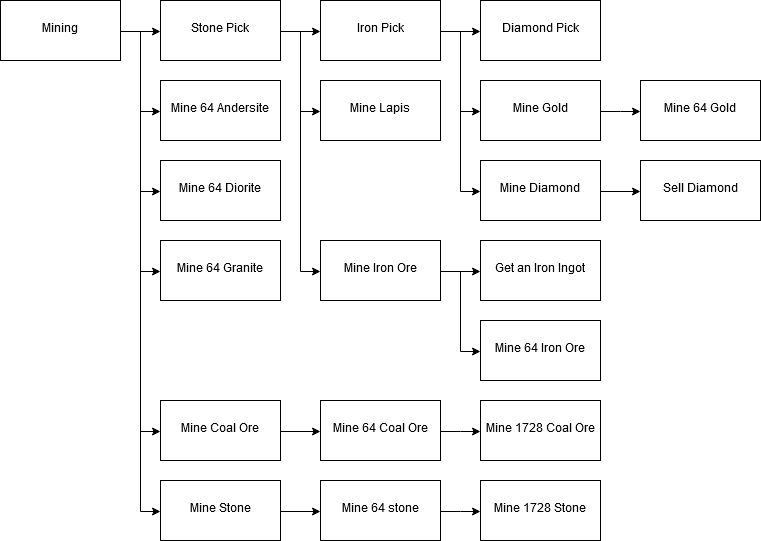
the-dwellers/Fyre keeps this draw.io diagram as docs/img/Advancements-Mining.png. Above is the earlier version. Source tidied: cells renumbered, new cells last; positions are measured from the earlier drawing's top-left corner, leaving out a move shared by most shapes.
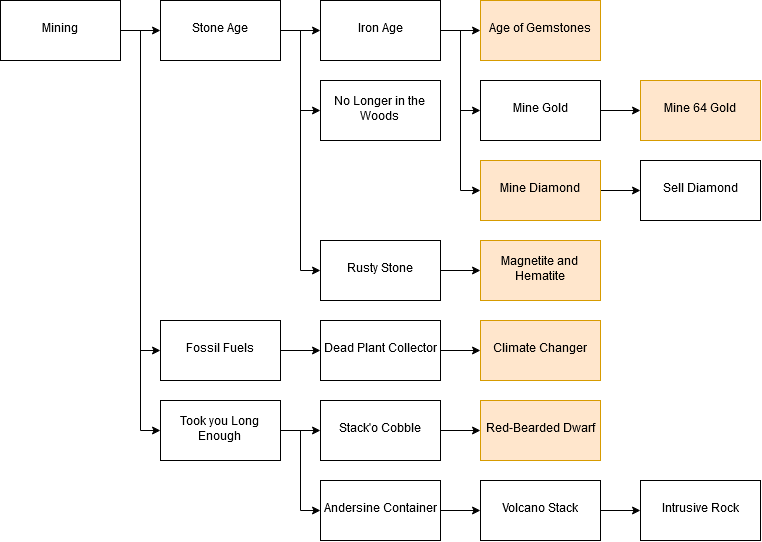
After the change.

The edit, as a diff of the source:
```diff
@@ -2,128 +2,122 @@
   <root>
     <mxCell id="0" />
     <mxCell id="1" parent="0" />
-    <mxCell id="2" style="edgeStyle=orthogonalEdgeStyle;rounded=0;jettySize=auto;html=1;exitX=1;exitY=0.5;exitDx=0;exitDy=0;" parent="1" edge="1" source="8" target="14">
+    <mxCell id="2" style="edgeStyle=orthogonalEdgeStyle;rounded=0;jettySize=auto;html=1;exitX=1;exitY=0.5;exitDx=0;exitDy=0;" parent="1" edge="1" source="5" target="12">
       <mxGeometry relative="1" as="geometry" />
     </mxCell>
-    <mxCell id="3" style="edgeStyle=orthogonalEdgeStyle;rounded=0;jettySize=auto;html=1;exitX=1;exitY=0.5;exitDx=0;exitDy=0;entryX=0;entryY=0.5;entryDx=0;entryDy=0;" parent="1" edge="1" source="8" target="10">
+    <mxCell id="3" style="edgeStyle=orthogonalEdgeStyle;rounded=0;jettySize=auto;html=1;exitX=1;exitY=0.5;exitDx=0;exitDy=0;entryX=0;entryY=0.5;entryDx=0;entryDy=0;" parent="1" edge="1" source="5" target="8">
       <mxGeometry relative="1" as="geometry" />
     </mxCell>
-    <mxCell id="4" style="edgeStyle=orthogonalEdgeStyle;rounded=0;jettySize=auto;html=1;exitX=1;exitY=0.5;exitDx=0;exitDy=0;entryX=0;entryY=0.5;entryDx=0;entryDy=0;" parent="1" edge="1" source="8" target="22">
+    <mxCell id="4" style="edgeStyle=orthogonalEdgeStyle;rounded=0;jettySize=auto;html=1;exitX=1;exitY=0.5;exitDx=0;exitDy=0;entryX=0;entryY=0.5;entryDx=0;entryDy=0;" parent="1" edge="1" source="5" target="26">
       <mxGeometry relative="1" as="geometry" />
     </mxCell>
-    <mxCell id="5" style="edgeStyle=orthogonalEdgeStyle;rounded=0;jettySize=auto;html=1;exitX=1;exitY=0.5;exitDx=0;exitDy=0;entryX=0;entryY=0.5;entryDx=0;entryDy=0;" parent="1" edge="1" source="8" target="23">
-      <mxGeometry relative="1" as="geometry" />
+    <mxCell id="5" value="Mining" style="rounded=0;whiteSpace=wrap;html=1;" parent="1" vertex="1">
+      <mxGeometry width="120" height="60" as="geometry" />
     </mxCell>
-    <mxCell id="6" style="edgeStyle=orthogonalEdgeStyle;rounded=0;jettySize=auto;html=1;exitX=1;exitY=0.5;exitDx=0;exitDy=0;entryX=0;entryY=0.5;entryDx=0;entryDy=0;" parent="1" edge="1" source="8" target="24">
+    <mxCell id="6" style="edgeStyle=orthogonalEdgeStyle;rounded=0;jettySize=auto;html=1;exitX=1;exitY=0.5;exitDx=0;exitDy=0;entryX=0;entryY=0.5;entryDx=0;entryDy=0;" parent="1" edge="1" source="8" target="19">
       <mxGeometry relative="1" as="geometry" />
     </mxCell>
-    <mxCell id="7" style="edgeStyle=orthogonalEdgeStyle;rounded=0;jettySize=auto;html=1;exitX=1;exitY=0.5;exitDx=0;exitDy=0;entryX=0;entryY=0.5;entryDx=0;entryDy=0;" parent="1" edge="1" source="8" target="26">
+    <mxCell id="7" style="edgeStyle=orthogonalEdgeStyle;rounded=0;jettySize=auto;html=1;exitX=1;exitY=0.5;exitDx=0;exitDy=0;entryX=0;entryY=0.5;entryDx=0;entryDy=0;" parent="1" edge="1" source="8" target="23">
       <mxGeometry relative="1" as="geometry" />
     </mxCell>
-    <mxCell id="8" value="Mining" style="rounded=0;whiteSpace=wrap;html=1;" parent="1" vertex="1">
-      <mxGeometry width="120" height="60" as="geometry" />
+    <mxCell id="8" value="Took you Long Enough" style="rounded=0;whiteSpace=wrap;html=1;" parent="1" vertex="1">
+      <mxGeometry x="160" y="400" width="120" height="60" as="geometry" />
     </mxCell>
-    <mxCell id="9" style="edgeStyle=orthogonalEdgeStyle;rounded=0;jettySize=auto;html=1;exitX=1;exitY=0.5;exitDx=0;exitDy=0;entryX=0;entryY=0.5;entryDx=0;entryDy=0;" parent="1" edge="1" source="10" target="21">
+    <mxCell id="9" style="edgeStyle=orthogonalEdgeStyle;rounded=0;jettySize=auto;html=1;exitX=1;exitY=0.5;exitDx=0;exitDy=0;" parent="1" edge="1" source="12" target="16">
       <mxGeometry relative="1" as="geometry" />
     </mxCell>
-    <mxCell id="10" value="Mine Stone" style="rounded=0;whiteSpace=wrap;html=1;" parent="1" vertex="1">
-      <mxGeometry x="160" y="480" width="120" height="60" as="geometry" />
+    <mxCell id="10" style="edgeStyle=orthogonalEdgeStyle;rounded=0;jettySize=auto;html=1;exitX=1;exitY=0.5;exitDx=0;exitDy=0;entryX=0;entryY=0.5;entryDx=0;entryDy=0;" parent="1" edge="1" source="12" target="31">
+      <mxGeometry relative="1" as="geometry" />
     </mxCell>
-    <mxCell id="11" style="edgeStyle=orthogonalEdgeStyle;rounded=0;jettySize=auto;html=1;exitX=1;exitY=0.5;exitDx=0;exitDy=0;" parent="1" edge="1" source="14" target="18">
+    <mxCell id="11" style="edgeStyle=orthogonalEdgeStyle;rounded=0;jettySize=auto;html=1;exitX=1;exitY=0.5;exitDx=0;exitDy=0;entryX=0;entryY=0.5;entryDx=0;entryDy=0;" parent="1" edge="1" source="12" target="33">
       <mxGeometry relative="1" as="geometry" />
     </mxCell>
-    <mxCell id="12" style="edgeStyle=orthogonalEdgeStyle;rounded=0;jettySize=auto;html=1;exitX=1;exitY=0.5;exitDx=0;exitDy=0;entryX=0;entryY=0.5;entryDx=0;entryDy=0;" parent="1" edge="1" source="14" target="32">
-      <mxGeometry relative="1" as="geometry" />
+    <mxCell id="12" value="Stone Age" style="rounded=0;whiteSpace=wrap;html=1;" parent="1" vertex="1">
+      <mxGeometry x="160" width="120" height="60" as="geometry" />
     </mxCell>
-    <mxCell id="13" style="edgeStyle=orthogonalEdgeStyle;rounded=0;jettySize=auto;html=1;exitX=1;exitY=0.5;exitDx=0;exitDy=0;entryX=0;entryY=0.5;entryDx=0;entryDy=0;" parent="1" edge="1" source="14" target="35">
+    <mxCell id="13" style="edgeStyle=orthogonalEdgeStyle;rounded=0;jettySize=auto;html=1;exitX=1;exitY=0.5;exitDx=0;exitDy=0;" parent="1" edge="1" source="16" target="17">
       <mxGeometry relative="1" as="geometry" />
     </mxCell>
-    <mxCell id="14" value="Stone Pick" style="rounded=0;whiteSpace=wrap;html=1;" parent="1" vertex="1">
-      <mxGeometry x="160" width="120" height="60" as="geometry" />
+    <mxCell id="14" style="edgeStyle=orthogonalEdgeStyle;rounded=0;jettySize=auto;html=1;exitX=1;exitY=0.5;exitDx=0;exitDy=0;entryX=0;entryY=0.5;entryDx=0;entryDy=0;" parent="1" edge="1" source="16" target="36">
+      <mxGeometry relative="1" as="geometry" />
     </mxCell>
-    <mxCell id="15" style="edgeStyle=orthogonalEdgeStyle;rounded=0;jettySize=auto;html=1;exitX=1;exitY=0.5;exitDx=0;exitDy=0;" parent="1" edge="1" source="18" target="19">
+    <mxCell id="15" style="edgeStyle=orthogonalEdgeStyle;rounded=0;jettySize=auto;html=1;exitX=1;exitY=0.5;exitDx=0;exitDy=0;entryX=0;entryY=0.5;entryDx=0;entryDy=0;" parent="1" edge="1" source="16" target="39">
       <mxGeometry relative="1" as="geometry" />
     </mxCell>
-    <mxCell id="16" style="edgeStyle=orthogonalEdgeStyle;rounded=0;jettySize=auto;html=1;exitX=1;exitY=0.5;exitDx=0;exitDy=0;entryX=0;entryY=0.5;entryDx=0;entryDy=0;" parent="1" edge="1" source="18" target="38">
-      <mxGeometry relative="1" as="geometry" />
+    <mxCell id="16" value="Iron Age" style="rounded=0;whiteSpace=wrap;html=1;" parent="1" vertex="1">
+      <mxGeometry x="320" width="120" height="60" as="geometry" />
     </mxCell>
-    <mxCell id="17" style="edgeStyle=orthogonalEdgeStyle;rounded=0;jettySize=auto;html=1;exitX=1;exitY=0.5;exitDx=0;exitDy=0;entryX=0;entryY=0.5;entryDx=0;entryDy=0;" parent="1" edge="1" source="18" target="41">
-      <mxGeometry relative="1" as="geometry" />
+    <mxCell id="17" value="Age of Gemstones" style="rounded=0;whiteSpace=wrap;html=1;fillColor=#ffe6cc;strokeColor=#d79b00;" parent="1" vertex="1">
+      <mxGeometry x="480" width="120" height="60" as="geometry" />
     </mxCell>
-    <mxCell id="18" value="Iron Pick" style="rounded=0;whiteSpace=wrap;html=1;" parent="1" vertex="1">
-      <mxGeometry x="320" width="120" height="60" as="geometry" />
+    <mxCell id="18" style="edgeStyle=orthogonalEdgeStyle;rounded=0;jettySize=auto;html=1;exitX=1;exitY=0.5;exitDx=0;exitDy=0;" parent="1" edge="1" source="19" target="34">
+      <mxGeometry relative="1" as="geometry" />
     </mxCell>
-    <mxCell id="19" value="Diamond Pick" style="rounded=0;whiteSpace=wrap;html=1;" parent="1" vertex="1">
-      <mxGeometry x="480" width="120" height="60" as="geometry" />
+    <mxCell id="19" value="Stack'o Cobble" style="rounded=0;whiteSpace=wrap;html=1;" parent="1" vertex="1">
+      <mxGeometry x="320" y="400" width="120" height="60" as="geometry" />
     </mxCell>
-    <mxCell id="20" style="edgeStyle=orthogonalEdgeStyle;rounded=0;jettySize=auto;html=1;exitX=1;exitY=0.5;exitDx=0;exitDy=0;" parent="1" edge="1" source="21" target="36">
+    <mxCell id="20" style="edgeStyle=orthogonalEdgeStyle;rounded=0;jettySize=auto;html=1;exitX=1;exitY=0.5;exitDx=0;exitDy=0;" parent="1" edge="1" source="21" target="24">
       <mxGeometry relative="1" as="geometry" />
     </mxCell>
-    <mxCell id="21" value="Mine 64 stone" style="rounded=0;whiteSpace=wrap;html=1;" parent="1" vertex="1">
-      <mxGeometry x="320" y="480" width="120" height="60" as="geometry" />
+    <mxCell id="21" value="Volcano Stack" style="rounded=0;whiteSpace=wrap;html=1;" parent="1" vertex="1">
+      <mxGeometry x="480" y="480" width="120" height="60" as="geometry" />
     </mxCell>
-    <mxCell id="22" value="Mine 64 Andersite" style="rounded=0;whiteSpace=wrap;html=1;" parent="1" vertex="1">
-      <mxGeometry x="160" y="80" width="120" height="60" as="geometry" />
+    <mxCell id="22" style="edgeStyle=orthogonalEdgeStyle;rounded=0;jettySize=auto;html=1;exitX=1;exitY=0.5;exitDx=0;exitDy=0;" parent="1" edge="1" source="23" target="21">
+      <mxGeometry relative="1" as="geometry" />
     </mxCell>
-    <mxCell id="23" value="Mine 64 Diorite" style="rounded=0;whiteSpace=wrap;html=1;" parent="1" vertex="1">
-      <mxGeometry x="160" y="160" width="120" height="60" as="geometry" />
+    <mxCell id="23" value="Andersine Container" style="rounded=0;whiteSpace=wrap;html=1;" parent="1" vertex="1">
+      <mxGeometry x="320" y="480" width="120" height="60" as="geometry" />
     </mxCell>
-    <mxCell id="24" value="Mine 64 Granite" style="rounded=0;whiteSpace=wrap;html=1;" parent="1" vertex="1">
-      <mxGeometry x="160" y="240" width="120" height="60" as="geometry" />
+    <mxCell id="24" value="Intrusive Rock" style="rounded=0;whiteSpace=wrap;html=1;" parent="1" vertex="1">
+      <mxGeometry x="640" y="480" width="120" height="60" as="geometry" />
     </mxCell>
     <mxCell id="25" style="edgeStyle=orthogonalEdgeStyle;rounded=0;jettySize=auto;html=1;exitX=1;exitY=0.5;exitDx=0;exitDy=0;entryX=0;entryY=0.5;entryDx=0;entryDy=0;" parent="1" edge="1" source="26" target="28">
       <mxGeometry relative="1" as="geometry" />
     </mxCell>
-    <mxCell id="26" value="Mine Coal Ore" style="rounded=0;whiteSpace=wrap;html=1;" parent="1" vertex="1">
-      <mxGeometry x="160" y="400" width="120" height="60" as="geometry" />
+    <mxCell id="26" value="Fossil Fuels" style="rounded=0;whiteSpace=wrap;html=1;" parent="1" vertex="1">
+      <mxGeometry x="160" y="320" width="120" height="60" as="geometry" />
     </mxCell>
     <mxCell id="27" style="edgeStyle=orthogonalEdgeStyle;rounded=0;jettySize=auto;html=1;exitX=1;exitY=0.5;exitDx=0;exitDy=0;" parent="1" edge="1" source="28" target="29">
       <mxGeometry relative="1" as="geometry" />
     </mxCell>
-    <mxCell id="28" value="Mine 64 Coal Ore" style="rounded=0;whiteSpace=wrap;html=1;" parent="1" vertex="1">
-      <mxGeometry x="320" y="400" width="120" height="60" as="geometry" />
+    <mxCell id="28" value="Dead Plant Collector" style="rounded=0;whiteSpace=wrap;html=1;" parent="1" vertex="1">
+      <mxGeometry x="320" y="320" width="120" height="60" as="geometry" />
     </mxCell>
-    <mxCell id="29" value="Mine 1728 Coal Ore" style="rounded=0;whiteSpace=wrap;html=1;" parent="1" vertex="1">
-      <mxGeometry x="480" y="400" width="120" height="60" as="geometry" />
+    <mxCell id="29" value="Climate Changer" style="rounded=0;whiteSpace=wrap;html=1;fillColor=#ffe6cc;strokeColor=#d79b00;" parent="1" vertex="1">
+      <mxGeometry x="480" y="320" width="120" height="60" as="geometry" />
     </mxCell>
-    <mxCell id="30" style="edgeStyle=orthogonalEdgeStyle;rounded=0;jettySize=auto;html=1;exitX=1;exitY=0.5;exitDx=0;exitDy=0;entryX=0;entryY=0.5;entryDx=0;entryDy=0;" parent="1" edge="1" source="32" target="33">
+    <mxCell id="30" style="edgeStyle=orthogonalEdgeStyle;rounded=0;jettySize=auto;html=1;exitX=1;exitY=0.5;exitDx=0;exitDy=0;entryX=0;entryY=0.5;entryDx=0;entryDy=0;" parent="1" edge="1" source="31" target="32">
       <mxGeometry relative="1" as="geometry" />
     </mxCell>
-    <mxCell id="31" style="edgeStyle=orthogonalEdgeStyle;rounded=0;jettySize=auto;html=1;exitX=1;exitY=0.5;exitDx=0;exitDy=0;entryX=0;entryY=0.5;entryDx=0;entryDy=0;" parent="1" edge="1" source="32" target="34">
-      <mxGeometry relative="1" as="geometry" />
+    <mxCell id="31" value="Rusty Stone" style="rounded=0;whiteSpace=wrap;html=1;" parent="1" vertex="1">
+      <mxGeometry x="320" y="240" width="120" height="60" as="geometry" />
     </mxCell>
-    <mxCell id="32" value="Mine Iron Ore" style="rounded=0;whiteSpace=wrap;html=1;" parent="1" vertex="1">
-      <mxGeometry x="320" y="240" width="120" height="60" as="geometry" />
+    <mxCell id="32" value="Magnetite and Hematite" style="rounded=0;whiteSpace=wrap;html=1;fillColor=#ffe6cc;strokeColor=#d79b00;" parent="1" vertex="1">
+      <mxGeometry x="480" y="240" width="120" height="60" as="geometry" />
     </mxCell>
-    <mxCell id="33" value="Get an Iron Ingot" style="rounded=0;whiteSpace=wrap;html=1;" parent="1" vertex="1">
-      <mxGeometry x="480" y="240" width="120" height="60" as="geometry" />
+    <mxCell id="33" value="No Longer in the Woods" style="rounded=0;whiteSpace=wrap;html=1;" parent="1" vertex="1">
+      <mxGeometry x="320" y="80" width="120" height="60" as="geometry" />
     </mxCell>
-    <mxCell id="34" value="Mine 64 Iron Ore" style="rounded=0;whiteSpace=wrap;html=1;" parent="1" vertex="1">
-      <mxGeometry x="480" y="320" width="120" height="60" as="geometry" />
+    <mxCell id="34" value="Red-Bearded Dwarf" style="rounded=0;whiteSpace=wrap;html=1;fillColor=#ffe6cc;strokeColor=#d79b00;" parent="1" vertex="1">
+      <mxGeometry x="480" y="400" width="120" height="60" as="geometry" />
     </mxCell>
-    <mxCell id="35" value="Mine Lapis" style="rounded=0;whiteSpace=wrap;html=1;" parent="1" vertex="1">
-      <mxGeometry x="320" y="80" width="120" height="60" as="geometry" />
+    <mxCell id="35" style="edgeStyle=orthogonalEdgeStyle;rounded=0;jettySize=auto;html=1;exitX=1;exitY=0.5;exitDx=0;exitDy=0;" parent="1" edge="1" source="36" target="37">
+      <mxGeometry relative="1" as="geometry" />
     </mxCell>
-    <mxCell id="36" value="Mine 1728 Stone" style="rounded=0;whiteSpace=wrap;html=1;" parent="1" vertex="1">
-      <mxGeometry x="480" y="480" width="120" height="60" as="geometry" />
+    <mxCell id="36" value="Mine Gold" style="rounded=0;whiteSpace=wrap;html=1;" parent="1" vertex="1">
+      <mxGeometry x="480" y="80" width="120" height="60" as="geometry" />
     </mxCell>
-    <mxCell id="37" style="edgeStyle=orthogonalEdgeStyle;rounded=0;jettySize=auto;html=1;exitX=1;exitY=0.5;exitDx=0;exitDy=0;" parent="1" edge="1" source="38" target="39">
-      <mxGeometry relative="1" as="geometry" />
+    <mxCell id="37" value="Mine 64 Gold" style="rounded=0;whiteSpace=wrap;html=1;fillColor=#ffe6cc;strokeColor=#d79b00;" parent="1" vertex="1">
+      <mxGeometry x="640" y="80" width="120" height="60" as="geometry" />
     </mxCell>
-    <mxCell id="38" value="Mine Gold" style="rounded=0;whiteSpace=wrap;html=1;" parent="1" vertex="1">
-      <mxGeometry x="480" y="80" width="120" height="60" as="geometry" />
+    <mxCell id="38" style="edgeStyle=orthogonalEdgeStyle;rounded=0;jettySize=auto;html=1;exitX=1;exitY=0.5;exitDx=0;exitDy=0;entryX=0;entryY=0.5;entryDx=0;entryDy=0;" parent="1" edge="1" source="39" target="40">
+      <mxGeometry relative="1" as="geometry" />
     </mxCell>
-    <mxCell id="39" value="Mine 64 Gold" style="rounded=0;whiteSpace=wrap;html=1;" parent="1" vertex="1">
-      <mxGeometry x="640" y="80" width="120" height="60" as="geometry" />
+    <mxCell id="39" value="Mine Diamond" style="rounded=0;whiteSpace=wrap;html=1;fillColor=#ffe6cc;strokeColor=#d79b00;" parent="1" vertex="1">
+      <mxGeometry x="480" y="160" width="120" height="60" as="geometry" />
     </mxCell>
-    <mxCell id="40" style="edgeStyle=orthogonalEdgeStyle;rounded=0;jettySize=auto;html=1;exitX=1;exitY=0.5;exitDx=0;exitDy=0;entryX=0;entryY=0.5;entryDx=0;entryDy=0;" parent="1" edge="1" source="41" target="42">
-      <mxGeometry relative="1" as="geometry" />
+    <mxCell id="40" value="Sell Diamond" style="rounded=0;whiteSpace=wrap;html=1;" parent="1" vertex="1">
+      <mxGeometry x="640" y="160" width="120" height="60" as="geometry" />
     </mxCell>
-    <mxCell id="41" value="Mine Diamond" style="rounded=0;whiteSpace=wrap;html=1;" parent="1" vertex="1">
-      <mxGeometry x="480" y="160" width="120" height="60" as="geometry" />
-    </mxCell>
-    <mxCell id="42" value="Sell Diamond" style="rounded=0;whiteSpace=wrap;html=1;" parent="1" vertex="1">
-      <mxGeometry x="640" y="160" width="120" height="60" as="geometry" />
-    </mxCell>
   </root>
 </mxGraphModel>
```
